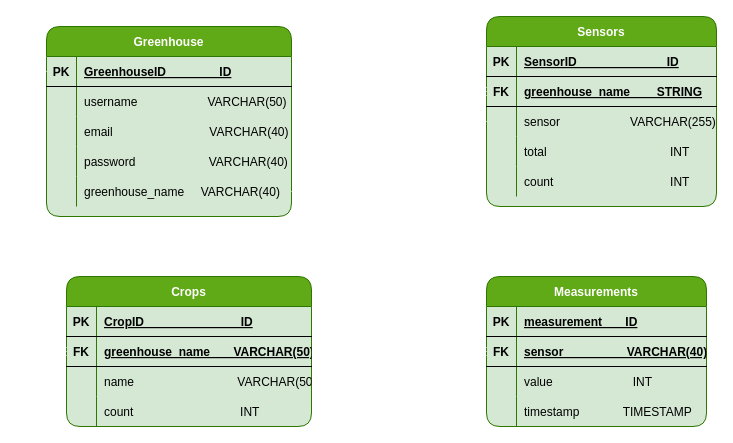
Above: ER Diagram(IoT).drawio in Cybernadero/ER (draw.io), before the change. Source tidied: cells renumbered, new cells numbered last; positions are measured from the earlier drawing's top-left corner, leaving out a move shared by most shapes. Both pictures are drawn from the tidied source at 100%, with x=0, y=0 at pixel (16, 16).
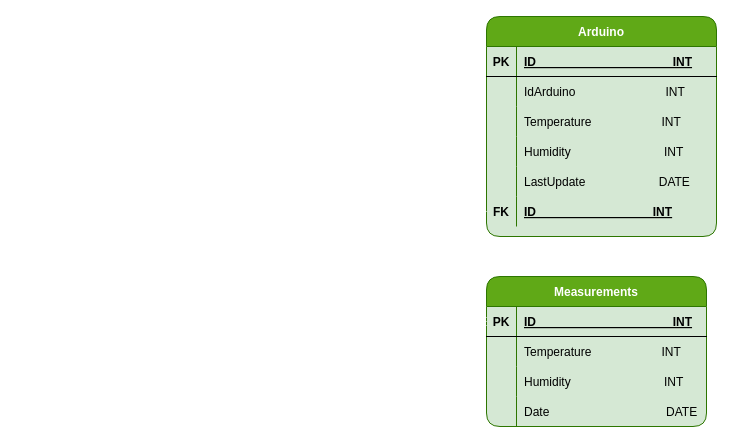
The same page after the edit.

The change refers to these unchanged cells:
```xml
<mxCell id="33" style="shape=partialRectangle;fillColor=none;top=0;left=0;bottom=1;right=0;" parent="32" vertex="1">
  <mxGeometry y="30" width="230" height="30" as="geometry" />
</mxCell>
<mxCell id="48" value="Measurements" style="shape=table;startSize=30;childLayout=tableLayout;rowLines=0;fontStyle=1;align=center;rounded=1;fillColor=#60a917;strokeColor=#2D7600;fontColor=#ffffff;swimlaneFillColor=#D5E8D4;" parent="1" vertex="1">
  <mxGeometry x="470" y="260" width="220" height="150" as="geometry" />
</mxCell>
<mxCell id="49" style="shape=partialRectangle;fillColor=none;top=0;left=0;bottom=1;right=0;points=[[0,0.5],[1,0.5]];portConstraint=eastwest;" parent="48" vertex="1">
  <mxGeometry y="30" width="220" height="30" as="geometry" />
</mxCell>
```

Change to the diagram source:
```diff
@@
-    <mxCell id="2" value="Greenhouse" style="shape=table;startSize=30;childLayout=tableLayout;rowLines=0;fontStyle=1;align=center;rounded=1;fillColor=#60a917;strokeColor=#2D7600;fontColor=#ffffff;swimlaneFillColor=#D5E8D4;" parent="1" vertex="1">
-      <mxGeometry x="30" y="10" width="245" height="190" as="geometry" />
-    </mxCell>
-    <mxCell id="3" style="shape=partialRectangle;fillColor=none;top=0;left=0;bottom=1;right=0;points=[[0,0.5],[1,0.5]];portConstraint=eastwest;rounded=1;" parent="2" vertex="1">
-      <mxGeometry y="30" width="245" height="30" as="geometry" />
-    </mxCell>
-    <mxCell id="4" value="PK" style="shape=partialRectangle;fillColor=none;top=0;left=0;bottom=0;right=0;fontStyle=1;overflow=hidden;rounded=1;" parent="3" vertex="1">
-      <mxGeometry width="30" height="30" as="geometry" />
-    </mxCell>
-    <mxCell id="5" value="GreenhouseID                ID" style="shape=partialRectangle;fillColor=none;top=0;left=0;bottom=0;right=0;align=left;spacingLeft=6;fontStyle=5;overflow=hidden;rounded=1;" parent="3" vertex="1">
-      <mxGeometry x="30" width="215" height="30" as="geometry" />
-    </mxCell>
-    <mxCell id="6" style="shape=partialRectangle;fillColor=none;top=0;left=0;bottom=0;right=0;rounded=1;" parent="2" vertex="1">
-      <mxGeometry y="60" width="245" height="30" as="geometry" />
-    </mxCell>
-    <mxCell id="7" style="shape=partialRectangle;fillColor=none;top=0;left=0;bottom=0;right=0;overflow=hidden;rounded=1;" parent="6" vertex="1">
-      <mxGeometry width="30" height="30" as="geometry" />
-    </mxCell>
-    <mxCell id="8" value="username                     VARCHAR(50)" style="shape=partialRectangle;fillColor=none;top=0;left=0;bottom=0;right=0;align=left;spacingLeft=6;overflow=hidden;rounded=1;" parent="6" vertex="1">
-      <mxGeometry x="30" width="215" height="30" as="geometry" />
-    </mxCell>
-    <mxCell id="9" style="shape=partialRectangle;fillColor=none;top=0;left=0;bottom=0;right=0;rounded=1;" parent="2" vertex="1">
-      <mxGeometry y="90" width="245" height="30" as="geometry" />
-    </mxCell>
-    <mxCell id="10" style="shape=partialRectangle;fillColor=none;top=0;left=0;bottom=0;right=0;overflow=hidden;rounded=1;" parent="9" vertex="1">
-      <mxGeometry width="30" height="30" as="geometry" />
-    </mxCell>
-    <mxCell id="11" value="email                             VARCHAR(40)" style="shape=partialRectangle;fillColor=none;top=0;left=0;bottom=0;right=0;align=left;spacingLeft=6;overflow=hidden;rounded=1;" parent="9" vertex="1">
-      <mxGeometry x="30" width="215" height="30" as="geometry" />
-    </mxCell>
-    <mxCell id="12" style="shape=partialRectangle;fillColor=none;top=0;left=0;bottom=0;right=0;rounded=1;" parent="2" vertex="1">
-      <mxGeometry y="120" width="245" height="30" as="geometry" />
-    </mxCell>
-    <mxCell id="13" style="shape=partialRectangle;fillColor=none;top=0;left=0;bottom=0;right=0;overflow=hidden;rounded=1;" parent="12" vertex="1">
-      <mxGeometry width="30" height="30" as="geometry" />
-    </mxCell>
-    <mxCell id="14" value="password                      VARCHAR(40)" style="shape=partialRectangle;fillColor=none;top=0;left=0;bottom=0;right=0;align=left;spacingLeft=6;overflow=hidden;rounded=1;" parent="12" vertex="1">
-      <mxGeometry x="30" width="215" height="30" as="geometry" />
-    </mxCell>
-    <mxCell id="15" style="shape=partialRectangle;fillColor=none;top=0;left=0;bottom=0;right=0;points=[[0,0.5],[1,0.5]];portConstraint=eastwest;rounded=1;" parent="2" vertex="1">
-      <mxGeometry y="150" width="245" height="30" as="geometry" />
-    </mxCell>
-    <mxCell id="16" style="shape=partialRectangle;fillColor=none;top=0;left=0;bottom=0;right=0;overflow=hidden;rounded=1;" parent="15" vertex="1">
-      <mxGeometry width="30" height="30" as="geometry" />
-    </mxCell>
-    <mxCell id="17" value="greenhouse_name     VARCHAR(40)" style="shape=partialRectangle;fillColor=none;top=0;left=0;bottom=0;right=0;align=left;spacingLeft=6;overflow=hidden;rounded=1;" parent="15" vertex="1">
-      <mxGeometry x="30" width="215" height="30" as="geometry" />
-    </mxCell>
-    <mxCell id="18" value="Crops" style="shape=table;startSize=30;childLayout=tableLayout;rowLines=0;fontStyle=1;align=center;rounded=1;fillColor=#60a917;strokeColor=#2D7600;fontColor=#ffffff;swimlaneFillColor=#D5E8D4;" parent="1" vertex="1">
-      <mxGeometry x="50" y="260" width="245" height="150" as="geometry" />
-    </mxCell>
-    <mxCell id="19" style="shape=partialRectangle;fillColor=none;top=0;left=0;bottom=1;right=0;" parent="18" vertex="1">
-      <mxGeometry y="30" width="245" height="30" as="geometry" />
-    </mxCell>
-    <mxCell id="20" value="PK" style="shape=partialRectangle;fillColor=none;top=0;left=0;bottom=0;right=0;fontStyle=1;overflow=hidden;" parent="19" vertex="1">
-      <mxGeometry width="30" height="30" as="geometry" />
-    </mxCell>
-    <mxCell id="21" value="CropID                             ID" style="shape=partialRectangle;fillColor=none;top=0;left=0;bottom=0;right=0;align=left;spacingLeft=6;fontStyle=5;overflow=hidden;" parent="19" vertex="1">
-      <mxGeometry x="30" width="215" height="30" as="geometry" />
-    </mxCell>
-    <mxCell id="22" style="shape=partialRectangle;fillColor=none;top=0;left=0;bottom=1;right=0;points=[[0,0.5],[1,0.5]];portConstraint=eastwest;" parent="18" vertex="1">
-      <mxGeometry y="60" width="245" height="30" as="geometry" />
-    </mxCell>
-    <mxCell id="23" value="FK" style="shape=partialRectangle;fillColor=none;top=0;left=0;bottom=0;right=0;fontStyle=1;overflow=hidden;" parent="22" vertex="1">
-      <mxGeometry width="30" height="30" as="geometry" />
-    </mxCell>
-    <mxCell id="24" value="greenhouse_name       VARCHAR(50)" style="shape=partialRectangle;fillColor=none;top=0;left=0;bottom=0;right=0;align=left;spacingLeft=6;fontStyle=5;overflow=hidden;" parent="22" vertex="1">
-      <mxGeometry x="30" width="215" height="30" as="geometry" />
-    </mxCell>
-    <mxCell id="25" style="shape=partialRectangle;fillColor=none;top=0;left=0;bottom=0;right=0;" parent="18" vertex="1">
-      <mxGeometry y="90" width="245" height="30" as="geometry" />
-    </mxCell>
-    <mxCell id="26" style="shape=partialRectangle;fillColor=none;top=0;left=0;bottom=0;right=0;overflow=hidden;" parent="25" vertex="1">
-      <mxGeometry width="30" height="30" as="geometry" />
-    </mxCell>
-    <mxCell id="27" value="name                               VARCHAR(50)" style="shape=partialRectangle;fillColor=none;top=0;left=0;bottom=0;right=0;align=left;spacingLeft=6;overflow=hidden;" parent="25" vertex="1">
-      <mxGeometry x="30" width="215" height="30" as="geometry" />
-    </mxCell>
-    <mxCell id="28" style="shape=partialRectangle;fillColor=none;top=0;left=0;bottom=0;right=0;" parent="18" vertex="1">
-      <mxGeometry y="120" width="245" height="30" as="geometry" />
-    </mxCell>
-    <mxCell id="29" style="shape=partialRectangle;fillColor=none;top=0;left=0;bottom=0;right=0;overflow=hidden;" parent="28" vertex="1">
-      <mxGeometry width="30" height="30" as="geometry" />
-    </mxCell>
-    <mxCell id="30" value="count                                INT" style="shape=partialRectangle;fillColor=none;top=0;left=0;bottom=0;right=0;align=left;spacingLeft=6;overflow=hidden;" parent="28" vertex="1">
-      <mxGeometry x="30" width="215" height="30" as="geometry" />
-    </mxCell>
-    <mxCell id="31" style="edgeStyle=orthogonalEdgeStyle;rounded=0;jettySize=auto;html=1;exitX=0;exitY=0.5;exitDx=0;exitDy=0;entryX=0;entryY=0.5;entryDx=0;entryDy=0;endArrow=ERoneToMany;endFill=0;strokeColor=#FFFFFF;" parent="1" edge="1" source="3" target="22">
-      <mxGeometry relative="1" as="geometry">
-        <Array as="points">
-          <mxPoint y="55" />
-          <mxPoint y="335" />
-        </Array>
-      </mxGeometry>
-    </mxCell>
-    <mxCell id="32" value="Sensors" style="shape=table;startSize=30;childLayout=tableLayout;rowLines=0;fontStyle=1;align=center;rounded=1;fillColor=#60a917;strokeColor=#2D7600;fontColor=#ffffff;swimlaneFillColor=#D5E8D4;" parent="1" vertex="1">
-      <mxGeometry x="470" width="230" height="190" as="geometry" />
+    <mxCell id="32" value="Arduino" style="shape=table;startSize=30;childLayout=tableLayout;rowLines=0;fontStyle=1;align=center;rounded=1;fillColor=#60a917;strokeColor=#2D7600;fontColor=#ffffff;swimlaneFillColor=#D5E8D4;" parent="1" vertex="1">
+      <mxGeometry x="470" width="230" height="220" as="geometry" />
     </mxCell>
@@
-    <mxCell id="35" value="SensorID                           ID" style="shape=partialRectangle;fillColor=none;top=0;left=0;bottom=0;right=0;align=left;spacingLeft=6;fontStyle=5;overflow=hidden;" parent="33" vertex="1">
+    <mxCell id="35" value="ID                                         INT" style="shape=partialRectangle;fillColor=none;top=0;left=0;bottom=0;right=0;align=left;spacingLeft=6;fontStyle=5;overflow=hidden;" parent="33" vertex="1">
       <mxGeometry x="30" width="200" height="30" as="geometry" />
     </mxCell>
-    <mxCell id="36" style="shape=partialRectangle;fillColor=none;top=0;left=0;bottom=1;right=0;points=[[0,0.5],[1,0.5]];portConstraint=eastwest;" parent="32" vertex="1">
-      <mxGeometry y="60" width="230" height="30" as="geometry" />
-    </mxCell>
-    <mxCell id="37" value="FK" style="shape=partialRectangle;fillColor=none;top=0;left=0;bottom=0;right=0;fontStyle=1;overflow=hidden;" parent="36" vertex="1">
-      <mxGeometry width="30" height="30" as="geometry" />
-    </mxCell>
-    <mxCell id="38" value="greenhouse_name        STRING" style="shape=partialRectangle;fillColor=none;top=0;left=0;bottom=0;right=0;align=left;spacingLeft=6;fontStyle=5;overflow=hidden;" parent="36" vertex="1">
-      <mxGeometry x="30" width="200" height="30" as="geometry" />
-    </mxCell>
     <mxCell id="39" style="shape=partialRectangle;fillColor=none;top=0;left=0;bottom=0;right=0;points=[[0,0.5],[1,0.5]];portConstraint=eastwest;" parent="32" vertex="1">
-      <mxGeometry y="90" width="230" height="30" as="geometry" />
+      <mxGeometry y="60" width="230" height="30" as="geometry" />
     </mxCell>
@@
-    <mxCell id="41" value="sensor                     VARCHAR(255)" style="shape=partialRectangle;fillColor=none;top=0;left=0;bottom=0;right=0;align=left;spacingLeft=6;overflow=hidden;" parent="39" vertex="1">
+    <mxCell id="41" value="IdArduino                           INT" style="shape=partialRectangle;fillColor=none;top=0;left=0;bottom=0;right=0;align=left;spacingLeft=6;overflow=hidden;" parent="39" vertex="1">
       <mxGeometry x="30" width="200" height="30" as="geometry" />
     </mxCell>
     <mxCell id="42" style="shape=partialRectangle;fillColor=none;top=0;left=0;bottom=0;right=0;" parent="32" vertex="1">
-      <mxGeometry y="120" width="230" height="30" as="geometry" />
+      <mxGeometry y="90" width="230" height="30" as="geometry" />
     </mxCell>
@@
-    <mxCell id="44" value="total                                     INT" style="shape=partialRectangle;fillColor=none;top=0;left=0;bottom=0;right=0;align=left;spacingLeft=6;overflow=hidden;" parent="42" vertex="1">
+    <mxCell id="44" value="Temperature                     INT" style="shape=partialRectangle;fillColor=none;top=0;left=0;bottom=0;right=0;align=left;spacingLeft=6;overflow=hidden;" parent="42" vertex="1">
       <mxGeometry x="30" width="200" height="30" as="geometry" />
     </mxCell>
     <mxCell id="45" style="shape=partialRectangle;fillColor=none;top=0;left=0;bottom=0;right=0;" parent="32" vertex="1">
-      <mxGeometry y="150" width="230" height="30" as="geometry" />
+      <mxGeometry y="120" width="230" height="30" as="geometry" />
     </mxCell>
@@
-    <mxCell id="47" value="count                                   INT" style="shape=partialRectangle;fillColor=none;top=0;left=0;bottom=0;right=0;align=left;spacingLeft=6;overflow=hidden;" parent="45" vertex="1">
+    <mxCell id="47" value="Humidity                            INT" style="shape=partialRectangle;fillColor=none;top=0;left=0;bottom=0;right=0;align=left;spacingLeft=6;overflow=hidden;" parent="45" vertex="1">
       <mxGeometry x="30" width="200" height="30" as="geometry" />
     </mxCell>
+    <mxCell id="63" style="shape=partialRectangle;fillColor=none;top=0;left=0;bottom=0;right=0;" parent="32" vertex="1">
+      <mxGeometry y="150" width="230" height="30" as="geometry" />
+    </mxCell>
+    <mxCell id="64" style="shape=partialRectangle;fillColor=none;top=0;left=0;bottom=0;right=0;overflow=hidden;" parent="63" vertex="1">
+      <mxGeometry width="30" height="30" as="geometry" />
+    </mxCell>
+    <mxCell id="65" value="LastUpdate                      DATE" style="shape=partialRectangle;fillColor=none;top=0;left=0;bottom=0;right=0;align=left;spacingLeft=6;overflow=hidden;" parent="63" vertex="1">
+      <mxGeometry x="30" width="200" height="30" as="geometry" />
+    </mxCell>
+    <mxCell id="66" style="shape=partialRectangle;fillColor=none;top=0;left=0;bottom=0;right=0;points=[[0,0.5],[1,0.5]];portConstraint=eastwest;" parent="32" vertex="1">
+      <mxGeometry y="180" width="230" height="30" as="geometry" />
+    </mxCell>
+    <mxCell id="67" value="FK" style="shape=partialRectangle;fillColor=none;top=0;left=0;bottom=0;right=0;overflow=hidden;fontStyle=1;" parent="66" vertex="1">
+      <mxGeometry width="30" height="30" as="geometry" />
+    </mxCell>
+    <mxCell id="68" value="ID_________________ INT" style="shape=partialRectangle;fillColor=none;top=0;left=0;bottom=0;right=0;align=left;spacingLeft=6;overflow=hidden;fontStyle=5;" parent="66" vertex="1">
+      <mxGeometry x="30" width="200" height="30" as="geometry" />
+    </mxCell>
@@
-    <mxCell id="51" value="measurement       ID" style="shape=partialRectangle;fillColor=none;top=0;left=0;bottom=0;right=0;align=left;spacingLeft=6;fontStyle=5;overflow=hidden;" parent="49" vertex="1">
+    <mxCell id="51" value="ID                                         INT" style="shape=partialRectangle;fillColor=none;top=0;left=0;bottom=0;right=0;align=left;spacingLeft=6;fontStyle=5;overflow=hidden;" parent="49" vertex="1">
       <mxGeometry x="30" width="190" height="30" as="geometry" />
     </mxCell>
-    <mxCell id="52" style="shape=partialRectangle;fillColor=none;top=0;left=0;bottom=1;right=0;points=[[0,0.5],[1,0.5]];portConstraint=eastwest;" parent="48" vertex="1">
-      <mxGeometry y="60" width="220" height="30" as="geometry" />
-    </mxCell>
-    <mxCell id="53" value="FK" style="shape=partialRectangle;fillColor=none;top=0;left=0;bottom=0;right=0;fontStyle=1;overflow=hidden;" parent="52" vertex="1">
-      <mxGeometry width="30" height="30" as="geometry" />
-    </mxCell>
-    <mxCell id="54" value="sensor                   VARCHAR(40)" style="shape=partialRectangle;fillColor=none;top=0;left=0;bottom=0;right=0;align=left;spacingLeft=6;fontStyle=5;overflow=hidden;" parent="52" vertex="1">
-      <mxGeometry x="30" width="190" height="30" as="geometry" />
-    </mxCell>
     <mxCell id="55" style="shape=partialRectangle;fillColor=none;top=0;left=0;bottom=0;right=0;" parent="48" vertex="1">
-      <mxGeometry y="90" width="220" height="30" as="geometry" />
+      <mxGeometry y="60" width="220" height="30" as="geometry" />
     </mxCell>
@@
-    <mxCell id="57" value="value                        INT" style="shape=partialRectangle;fillColor=none;top=0;left=0;bottom=0;right=0;align=left;spacingLeft=6;overflow=hidden;" parent="55" vertex="1">
+    <mxCell id="57" value="Temperature                     INT" style="shape=partialRectangle;fillColor=none;top=0;left=0;bottom=0;right=0;align=left;spacingLeft=6;overflow=hidden;" parent="55" vertex="1">
       <mxGeometry x="30" width="190" height="30" as="geometry" />
     </mxCell>
     <mxCell id="58" style="shape=partialRectangle;fillColor=none;top=0;left=0;bottom=0;right=0;" parent="48" vertex="1">
-      <mxGeometry y="120" width="220" height="30" as="geometry" />
+      <mxGeometry y="90" width="220" height="30" as="geometry" />
     </mxCell>
@@
-    <mxCell id="60" value="timestamp             TIMESTAMP" style="shape=partialRectangle;fillColor=none;top=0;left=0;bottom=0;right=0;align=left;spacingLeft=6;overflow=hidden;" parent="58" vertex="1">
+    <mxCell id="60" value="Humidity                            INT" style="shape=partialRectangle;fillColor=none;top=0;left=0;bottom=0;right=0;align=left;spacingLeft=6;overflow=hidden;" parent="58" vertex="1">
       <mxGeometry x="30" width="190" height="30" as="geometry" />
     </mxCell>
+    <mxCell id="69" style="shape=partialRectangle;fillColor=none;top=0;left=0;bottom=0;right=0;" parent="48" vertex="1">
+      <mxGeometry y="120" width="220" height="30" as="geometry" />
+    </mxCell>
+    <mxCell id="70" style="shape=partialRectangle;fillColor=none;top=0;left=0;bottom=0;right=0;overflow=hidden;" parent="69" vertex="1">
+      <mxGeometry width="30" height="30" as="geometry" />
+    </mxCell>
+    <mxCell id="71" value="Date                                   DATE" style="shape=partialRectangle;fillColor=none;top=0;left=0;bottom=0;right=0;align=left;spacingLeft=6;overflow=hidden;" parent="69" vertex="1">
+      <mxGeometry x="30" width="190" height="30" as="geometry" />
+    </mxCell>
-    <mxCell id="61" style="edgeStyle=orthogonalEdgeStyle;rounded=0;jettySize=auto;html=1;entryX=0;entryY=0.5;entryDx=0;entryDy=0;endArrow=ERoneToMany;endFill=0;strokeColor=#FFFFFF;" parent="1" edge="1" source="15" target="36">
-      <mxGeometry relative="1" as="geometry" />
+    <mxCell id="61" style="edgeStyle=orthogonalEdgeStyle;rounded=0;orthogonalLoop=1;jettySize=auto;html=1;entryX=0;entryY=0.5;entryDx=0;entryDy=0;endArrow=ERoneToMany;endFill=0;strokeColor=#FFFFFF;" parent="1" edge="1">
+      <mxGeometry relative="1" as="geometry">
+        <mxPoint x="530" y="185" as="sourcePoint" />
+      </mxGeometry>
     </mxCell>
-    <mxCell id="62" style="edgeStyle=orthogonalEdgeStyle;rounded=0;jettySize=auto;html=1;entryX=0;entryY=0.5;entryDx=0;entryDy=0;endArrow=ERoneToMany;endFill=0;strokeColor=#FFFFFF;" parent="1" edge="1" source="39" target="52">
-      <mxGeometry relative="1" as="geometry">
-        <Array as="points">
-          <mxPoint x="430" y="105" />
-          <mxPoint x="430" y="335" />
-        </Array>
-      </mxGeometry>
-    </mxCell>
+    <mxCell id="72" style="edgeStyle=orthogonalEdgeStyle;rounded=0;jettySize=auto;html=1;exitX=0;exitY=0.5;exitDx=0;exitDy=0;entryX=0;entryY=0.5;entryDx=0;entryDy=0;endArrow=ERoneToMany;endFill=0;strokeColor=#FFFFFF;" parent="1" edge="1" source="66" target="49">
+      <mxGeometry relative="1" as="geometry" />
+    </mxCell>
```
